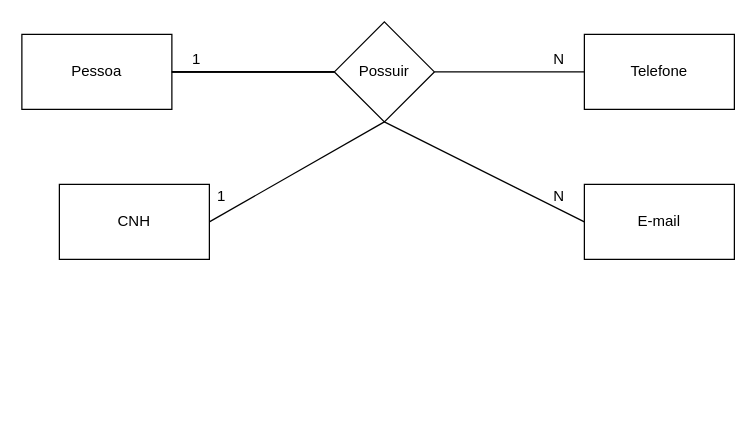
Before: page "conceitual" (1 of 2) of exercicios/1.1-exercicio-pessoas/senai_ex_2.drawio in bren-lari/senai_sprint_1bd, a draw.io diagram. Source tidied: cells renumbered, new cells numbered last; positions are measured from the earlier drawing's top-left corner, leaving out a move shared by most shapes. Both pictures are drawn from the tidied source at 125%, with x=0, y=0 at pixel (21, 21).
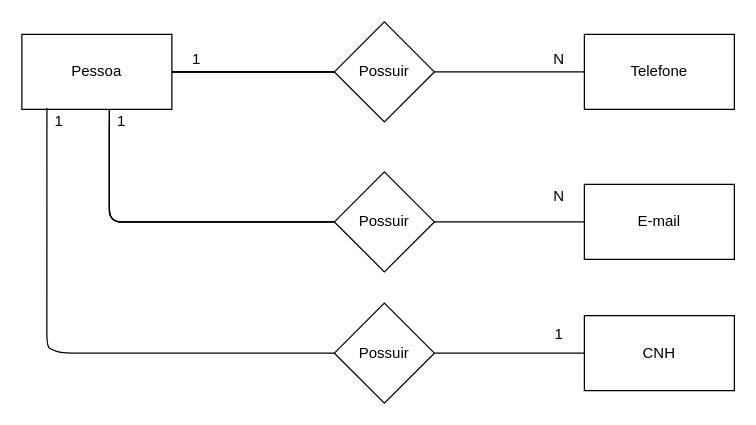
The same page after the edit.

Unchanged cells that the change refers to:
```xml
<mxCell id="2" value="Pessoa" style="rounded=0;whiteSpace=wrap;html=1;" parent="1" vertex="1">
  <mxGeometry y="10" width="120" height="60" as="geometry" />
</mxCell>
<mxCell id="5" value="E-mail" style="rounded=0;whiteSpace=wrap;html=1;" parent="1" vertex="1">
  <mxGeometry x="450" y="130" width="120" height="60" as="geometry" />
</mxCell>
```

The edit, as a diff of the source:
```diff
@@
     <mxCell id="6" value="CNH" style="rounded=0;whiteSpace=wrap;html=1;" parent="1" vertex="1">
-      <mxGeometry x="30" y="130" width="120" height="60" as="geometry" />
+      <mxGeometry x="450" y="235" width="120" height="60" as="geometry" />
     </mxCell>
@@
-    <mxCell id="12" style="endArrow=none;html=1;exitX=0;exitY=0.5;exitDx=0;exitDy=0;" parent="1" edge="1" source="5">
-      <mxGeometry relative="1" as="geometry">
-        <mxPoint x="290" y="80" as="targetPoint" />
-      </mxGeometry>
+    <mxCell id="12" style="endArrow=none;html=1;exitX=0;exitY=0.5;exitDx=0;exitDy=0;entryX=0;entryY=0.5;entryDx=0;entryDy=0;" parent="1" edge="1" source="5" target="18">
+      <mxGeometry relative="1" as="geometry" />
     </mxCell>
-    <mxCell id="13" style="endArrow=none;html=1;exitX=1;exitY=0.5;exitDx=0;exitDy=0;" parent="1" edge="1" source="6">
-      <mxGeometry relative="1" as="geometry">
-        <mxPoint x="290" y="80" as="targetPoint" />
-      </mxGeometry>
+    <mxCell id="13" style="endArrow=none;html=1;entryX=1;entryY=0.5;entryDx=0;entryDy=0;exitX=0;exitY=0.5;exitDx=0;exitDy=0;" parent="1" edge="1" source="6" target="20">
+      <mxGeometry relative="1" as="geometry" />
     </mxCell>
@@
     <mxCell id="17" value="1" style="text;html=1;strokeColor=none;fillColor=none;align=center;verticalAlign=middle;whiteSpace=wrap;rounded=0;" parent="1" vertex="1">
-      <mxGeometry x="150" y="130" width="20" height="20" as="geometry" />
+      <mxGeometry x="420" y="240" width="20" height="20" as="geometry" />
     </mxCell>
+    <mxCell id="18" value="Possuir" style="rhombus;whiteSpace=wrap;html=1;" parent="1" vertex="1">
+      <mxGeometry x="250" y="120" width="80" height="80" as="geometry" />
+    </mxCell>
+    <mxCell id="19" style="endArrow=none;html=1;endFill=0;exitX=0;exitY=0.5;exitDx=0;exitDy=0;" parent="1" edge="1" source="18">
+      <mxGeometry relative="1" as="geometry">
+        <mxPoint x="70" y="70" as="targetPoint" />
+        <Array as="points">
+          <mxPoint x="70" y="160" />
+          <mxPoint x="70" y="110" />
+        </Array>
+      </mxGeometry>
+    </mxCell>
+    <mxCell id="20" value="Possuir" style="rhombus;whiteSpace=wrap;html=1;" parent="1" vertex="1">
+      <mxGeometry x="250" y="225" width="80" height="80" as="geometry" />
+    </mxCell>
+    <mxCell id="21" style="endArrow=none;html=1;endFill=0;exitX=0;exitY=0.5;exitDx=0;exitDy=0;" parent="1" edge="1" source="18">
+      <mxGeometry relative="1" as="geometry">
+        <mxPoint x="70" y="70" as="targetPoint" />
+        <Array as="points">
+          <mxPoint x="120" y="160" />
+          <mxPoint x="70" y="160" />
+          <mxPoint x="70" y="110" />
+        </Array>
+      </mxGeometry>
+    </mxCell>
+    <mxCell id="22" style="endArrow=none;html=1;endFill=0;exitX=0;exitY=0.5;exitDx=0;exitDy=0;" parent="1" edge="1" source="18">
+      <mxGeometry relative="1" as="geometry">
+        <mxPoint x="70" y="80" as="targetPoint" />
+        <Array as="points">
+          <mxPoint x="120" y="160" />
+          <mxPoint x="70" y="160" />
+          <mxPoint x="70" y="110" />
+        </Array>
+      </mxGeometry>
+    </mxCell>
+    <mxCell id="23" style="endArrow=none;html=1;exitX=0;exitY=0.5;exitDx=0;exitDy=0;entryX=0.167;entryY=0.983;entryDx=0;entryDy=0;entryPerimeter=0;" parent="1" edge="1" source="20" target="2">
+      <mxGeometry relative="1" as="geometry">
+        <Array as="points">
+          <mxPoint x="30" y="265" />
+          <mxPoint x="20" y="260" />
+        </Array>
+      </mxGeometry>
+    </mxCell>
+    <mxCell id="24" value="1" style="text;html=1;strokeColor=none;fillColor=none;align=center;verticalAlign=middle;whiteSpace=wrap;rounded=0;" parent="1" vertex="1">
+      <mxGeometry x="20" y="70" width="20" height="20" as="geometry" />
+    </mxCell>
+    <mxCell id="25" value="1" style="text;html=1;strokeColor=none;fillColor=none;align=center;verticalAlign=middle;whiteSpace=wrap;rounded=0;" parent="1" vertex="1">
+      <mxGeometry x="70" y="70" width="20" height="20" as="geometry" />
+    </mxCell>
```
